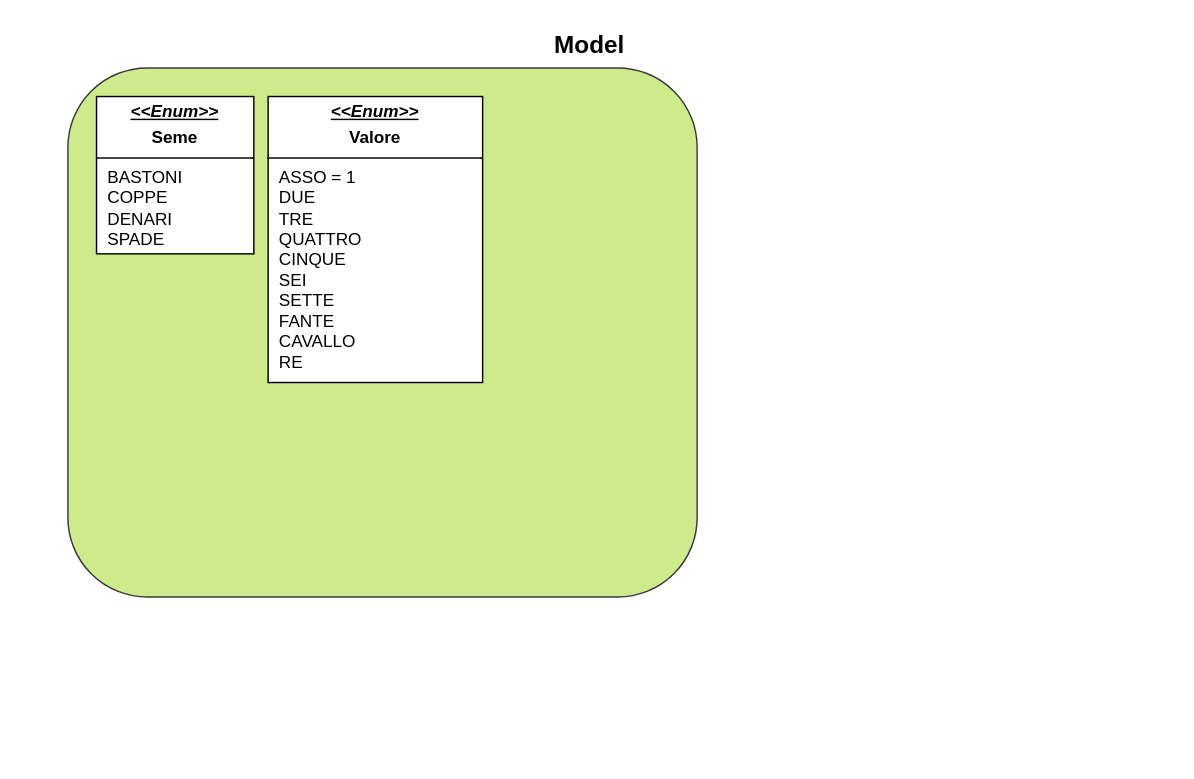
Joel-Xhemali/JBriscola keeps this draw.io diagram as Diagramma senza titolo.drawio. Above is the earlier version. Source tidied: cells renumbered, new cells numbered last; positions are measured from the earlier drawing's top-left corner, leaving out a move shared by most shapes. Both pictures are drawn from the tidied source at 143%, with x=0, y=0 at pixel (67, 24).
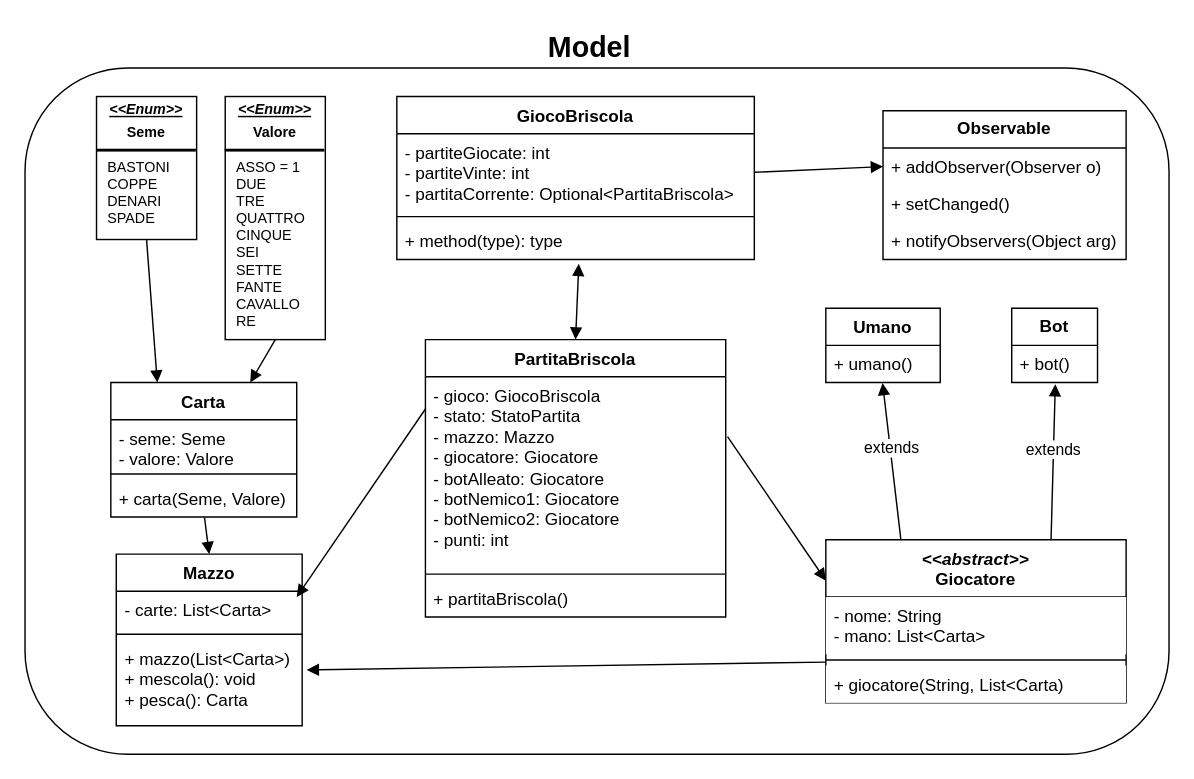
After the change.

What changed in the source:
```diff
@@
-    <mxCell id="2" style="rounded=1;whiteSpace=wrap;html=1;fillColor=light-dark(#CDEB8B,#E4FF93);strokeColor=#36393d;fillStyle=auto;" parent="1" vertex="1">
-      <mxGeometry y="30" width="440" height="370" as="geometry" />
+    <mxCell id="2" style="rounded=1;whiteSpace=wrap;html=1;fillStyle=auto;fontSize=10;" parent="1" vertex="1">
+      <mxGeometry x="-30" y="30" width="800" height="480" as="geometry" />
     </mxCell>
-    <mxCell id="3" value="Model" style="text;html=1;whiteSpace=wrap;strokeColor=none;fillColor=none;align=center;verticalAlign=middle;rounded=0;fontStyle=1;fontColor=light-dark(#000000,#E4FF93);fontSize=17;" parent="1" vertex="1">
+    <mxCell id="3" value="Model" style="text;html=1;whiteSpace=wrap;strokeColor=none;fillColor=none;align=center;verticalAlign=middle;rounded=0;fontStyle=1;fontColor=light-dark(#000000,#E4FF93);fontSize=20;" parent="1" vertex="1">
       <mxGeometry x="320" width="90" height="30" as="geometry" />
     </mxCell>
-    <mxCell id="4" value="&lt;p style=&quot;margin: 4px 0px 0px; text-align: center; text-decoration: underline;&quot;&gt;&lt;b&gt;&lt;i&gt;&amp;lt;&amp;lt;Enum&amp;gt;&amp;gt;&lt;/i&gt;&lt;/b&gt;&lt;/p&gt;&lt;p style=&quot;margin: 4px 0px 0px; text-align: center; text-decoration-color: currentcolor;&quot;&gt;&lt;b&gt;Seme&lt;/b&gt;&lt;/p&gt;&lt;hr size=&quot;1&quot; style=&quot;border-style:solid;&quot;&gt;&lt;p style=&quot;margin:0px;margin-left:8px;&quot;&gt;BASTONI&lt;/p&gt;&lt;p style=&quot;margin:0px;margin-left:8px;&quot;&gt;COPPE&lt;/p&gt;&lt;p style=&quot;margin:0px;margin-left:8px;&quot;&gt;DENARI&lt;/p&gt;&lt;p style=&quot;margin:0px;margin-left:8px;&quot;&gt;SPADE&lt;/p&gt;" style="verticalAlign=top;align=left;overflow=fill;html=1;whiteSpace=wrap;" parent="1" vertex="1">
-      <mxGeometry x="20" y="50" width="110" height="110" as="geometry" />
+    <mxCell id="4" value="&lt;p style=&quot;margin: 4px 0px 0px; text-align: center; text-decoration: underline;&quot;&gt;&lt;b&gt;&lt;i&gt;&amp;lt;&amp;lt;Enum&amp;gt;&amp;gt;&lt;/i&gt;&lt;/b&gt;&lt;/p&gt;&lt;p style=&quot;margin: 4px 0px 0px; text-align: center; text-decoration-color: currentcolor;&quot;&gt;&lt;b&gt;Seme&lt;/b&gt;&lt;/p&gt;&lt;hr style=&quot;border-style:solid;&quot;&gt;&lt;p style=&quot;margin:0px;margin-left:8px;&quot;&gt;BASTONI&lt;/p&gt;&lt;p style=&quot;margin:0px;margin-left:8px;&quot;&gt;COPPE&lt;/p&gt;&lt;p style=&quot;margin:0px;margin-left:8px;&quot;&gt;DENARI&lt;/p&gt;&lt;p style=&quot;margin:0px;margin-left:8px;&quot;&gt;SPADE&lt;/p&gt;" style="verticalAlign=top;align=left;overflow=fill;html=1;whiteSpace=wrap;fontSize=10;" parent="1" vertex="1">
+      <mxGeometry x="20" y="50" width="70" height="100" as="geometry" />
     </mxCell>
-    <mxCell id="5" value="&lt;p style=&quot;margin: 4px 0px 0px; text-align: center; text-decoration: underline;&quot;&gt;&lt;b&gt;&lt;i&gt;&amp;lt;&amp;lt;Enum&amp;gt;&amp;gt;&lt;/i&gt;&lt;/b&gt;&lt;/p&gt;&lt;p style=&quot;margin: 4px 0px 0px; text-align: center; text-decoration-color: currentcolor;&quot;&gt;&lt;b&gt;Valore&lt;/b&gt;&lt;/p&gt;&lt;hr size=&quot;1&quot; style=&quot;border-style:solid;&quot;&gt;&lt;p style=&quot;margin:0px;margin-left:8px;&quot;&gt;ASSO = 1&lt;/p&gt;&lt;p style=&quot;margin:0px;margin-left:8px;&quot;&gt;DUE&lt;/p&gt;&lt;p style=&quot;margin:0px;margin-left:8px;&quot;&gt;TRE&lt;/p&gt;&lt;p style=&quot;margin:0px;margin-left:8px;&quot;&gt;QUATTRO&lt;/p&gt;&lt;p style=&quot;margin:0px;margin-left:8px;&quot;&gt;CINQUE&lt;/p&gt;&lt;p style=&quot;margin:0px;margin-left:8px;&quot;&gt;SEI&lt;/p&gt;&lt;p style=&quot;margin:0px;margin-left:8px;&quot;&gt;SETTE&lt;/p&gt;&lt;p style=&quot;margin:0px;margin-left:8px;&quot;&gt;FANTE&lt;/p&gt;&lt;p style=&quot;margin:0px;margin-left:8px;&quot;&gt;CAVALLO&lt;/p&gt;&lt;p style=&quot;margin:0px;margin-left:8px;&quot;&gt;RE&lt;/p&gt;" style="verticalAlign=top;align=left;overflow=fill;html=1;whiteSpace=wrap;" parent="1" vertex="1">
-      <mxGeometry x="140" y="50" width="150" height="200" as="geometry" />
+    <mxCell id="5" value="&lt;p style=&quot;margin: 4px 0px 0px; text-align: center; text-decoration: underline;&quot;&gt;&lt;b&gt;&lt;i&gt;&amp;lt;&amp;lt;Enum&amp;gt;&amp;gt;&lt;/i&gt;&lt;/b&gt;&lt;/p&gt;&lt;p style=&quot;margin: 4px 0px 0px; text-align: center; text-decoration-color: currentcolor;&quot;&gt;&lt;b&gt;Valore&lt;/b&gt;&lt;/p&gt;&lt;hr style=&quot;border-style:solid;&quot;&gt;&lt;p style=&quot;margin:0px;margin-left:8px;&quot;&gt;ASSO = 1&lt;/p&gt;&lt;p style=&quot;margin:0px;margin-left:8px;&quot;&gt;DUE&lt;/p&gt;&lt;p style=&quot;margin:0px;margin-left:8px;&quot;&gt;TRE&lt;/p&gt;&lt;p style=&quot;margin:0px;margin-left:8px;&quot;&gt;QUATTRO&lt;/p&gt;&lt;p style=&quot;margin:0px;margin-left:8px;&quot;&gt;CINQUE&lt;/p&gt;&lt;p style=&quot;margin:0px;margin-left:8px;&quot;&gt;SEI&lt;/p&gt;&lt;p style=&quot;margin:0px;margin-left:8px;&quot;&gt;SETTE&lt;/p&gt;&lt;p style=&quot;margin:0px;margin-left:8px;&quot;&gt;FANTE&lt;/p&gt;&lt;p style=&quot;margin:0px;margin-left:8px;&quot;&gt;CAVALLO&lt;/p&gt;&lt;p style=&quot;margin:0px;margin-left:8px;&quot;&gt;RE&lt;/p&gt;" style="verticalAlign=top;align=left;overflow=fill;html=1;whiteSpace=wrap;fontSize=10;" parent="1" vertex="1">
+      <mxGeometry x="110" y="50" width="70" height="170" as="geometry" />
     </mxCell>
+    <mxCell id="6" value="Carta" style="swimlane;fontStyle=1;align=center;verticalAlign=top;horizontal=1;startSize=26;whiteSpace=wrap;html=1;" parent="1" vertex="1">
+      <mxGeometry x="30" y="250" width="130" height="94" as="geometry" />
+    </mxCell>
+    <mxCell id="7" value="&lt;div&gt;- seme: Seme&lt;/div&gt;&lt;div&gt;- valore: Valore&lt;/div&gt;" style="text;strokeColor=none;fillColor=none;align=left;verticalAlign=top;spacingLeft=4;spacingRight=4;overflow=hidden;whiteSpace=wrap;html=1;" parent="6" vertex="1">
+      <mxGeometry y="26" width="130" height="34" as="geometry" />
+    </mxCell>
+    <mxCell id="8" style="line;strokeWidth=1;fillColor=none;align=left;verticalAlign=middle;spacingTop=-1;spacingLeft=3;spacingRight=3;labelPosition=right;strokeColor=inherit;" parent="6" vertex="1">
+      <mxGeometry y="60" width="130" height="8" as="geometry" />
+    </mxCell>
+    <mxCell id="9" value="+ carta(Seme, Valore)" style="text;strokeColor=none;fillColor=none;align=left;verticalAlign=top;spacingLeft=4;spacingRight=4;overflow=hidden;points=[[0,0.5],[1,0.5]];portConstraint=eastwest;whiteSpace=wrap;html=1;" parent="6" vertex="1">
+      <mxGeometry y="68" width="130" height="26" as="geometry" />
+    </mxCell>
+    <mxCell id="10" style="html=1;verticalAlign=bottom;endArrow=block;curved=0;rounded=0;exitX=0.5;exitY=1;exitDx=0;exitDy=0;entryX=0.25;entryY=0;entryDx=0;entryDy=0;" parent="1" edge="1" source="4" target="6">
+      <mxGeometry relative="1" as="geometry" />
+    </mxCell>
+    <mxCell id="11" style="html=1;verticalAlign=bottom;endArrow=block;curved=0;rounded=0;exitX=0.5;exitY=1;exitDx=0;exitDy=0;entryX=0.75;entryY=0;entryDx=0;entryDy=0;" parent="1" edge="1" source="5" target="6">
+      <mxGeometry relative="1" as="geometry" />
+    </mxCell>
+    <mxCell id="12" value="Mazzo" style="swimlane;fontStyle=1;align=center;verticalAlign=top;horizontal=1;startSize=26;whiteSpace=wrap;html=1;" parent="1" vertex="1">
+      <mxGeometry x="33.8" y="370" width="130" height="120" as="geometry" />
+    </mxCell>
+    <mxCell id="13" value="&lt;div&gt;- carte: List&amp;lt;Carta&amp;gt;&lt;/div&gt;" style="text;strokeColor=none;fillColor=none;align=left;verticalAlign=top;spacingLeft=4;spacingRight=4;overflow=hidden;whiteSpace=wrap;html=1;" parent="12" vertex="1">
+      <mxGeometry y="26" width="130" height="26" as="geometry" />
+    </mxCell>
+    <mxCell id="14" style="line;strokeWidth=1;fillColor=none;align=left;verticalAlign=middle;spacingTop=-1;spacingLeft=3;spacingRight=3;labelPosition=right;strokeColor=inherit;" parent="12" vertex="1">
+      <mxGeometry y="52" width="130" height="8" as="geometry" />
+    </mxCell>
+    <mxCell id="15" value="&lt;div&gt;+ mazzo(List&amp;lt;Carta&amp;gt;)&lt;/div&gt;&lt;div&gt;+ mescola(): void&lt;/div&gt;&lt;div&gt;+ pesca(): Carta&lt;/div&gt;" style="text;strokeColor=none;fillColor=none;align=left;verticalAlign=top;spacingLeft=4;spacingRight=4;overflow=hidden;whiteSpace=wrap;html=1;" parent="12" vertex="1">
+      <mxGeometry y="60" width="130" height="60" as="geometry" />
+    </mxCell>
+    <mxCell id="16" style="html=1;verticalAlign=bottom;endArrow=block;curved=0;rounded=0;entryX=0.5;entryY=0;entryDx=0;entryDy=0;exitX=0.504;exitY=1.019;exitDx=0;exitDy=0;exitPerimeter=0;" parent="1" edge="1" source="9" target="12">
+      <mxGeometry relative="1" as="geometry" />
+    </mxCell>
+    <mxCell id="17" value="&lt;div&gt;&lt;i&gt;&amp;lt;&amp;lt;abstract&amp;gt;&amp;gt;&lt;/i&gt;&lt;/div&gt;&lt;div&gt;Giocatore&lt;/div&gt;" style="swimlane;fontStyle=1;align=center;verticalAlign=top;horizontal=1;startSize=40;whiteSpace=wrap;html=1;" parent="1" vertex="1">
+      <mxGeometry x="530" y="360" width="210" height="114" as="geometry" />
+    </mxCell>
+    <mxCell id="18" value="&lt;div&gt;- nome: String&lt;/div&gt;&lt;div&gt;- mano: List&amp;lt;Carta&amp;gt;&lt;/div&gt;" style="text;strokeColor=none;fillColor=default;align=left;verticalAlign=top;spacingLeft=4;spacingRight=4;overflow=hidden;whiteSpace=wrap;html=1;" parent="17" vertex="1">
+      <mxGeometry y="40" width="210" height="40" as="geometry" />
+    </mxCell>
+    <mxCell id="19" style="line;strokeWidth=1;fillColor=default;align=left;verticalAlign=middle;spacingTop=-1;spacingLeft=3;spacingRight=3;labelPosition=right;strokeColor=inherit;" parent="17" vertex="1">
+      <mxGeometry y="80" width="210" height="8" as="geometry" />
+    </mxCell>
+    <mxCell id="20" value="&lt;div&gt;+ giocatore(String, List&amp;lt;Carta)&lt;/div&gt;" style="text;strokeColor=none;fillColor=default;align=left;verticalAlign=top;spacingLeft=4;spacingRight=4;overflow=hidden;whiteSpace=wrap;html=1;" parent="17" vertex="1">
+      <mxGeometry y="88" width="210" height="26" as="geometry" />
+    </mxCell>
+    <mxCell id="21" value="Umano" style="swimlane;fontStyle=1;align=center;verticalAlign=top;horizontal=1;startSize=26;whiteSpace=wrap;html=1;" parent="1" vertex="1">
+      <mxGeometry x="530" y="198" width="80" height="52" as="geometry" />
+    </mxCell>
+    <mxCell id="22" value="+ umano()" style="text;strokeColor=none;fillColor=none;align=left;verticalAlign=top;spacingLeft=4;spacingRight=4;overflow=hidden;points=[[0,0.5],[1,0.5]];portConstraint=eastwest;whiteSpace=wrap;html=1;" parent="21" vertex="1">
+      <mxGeometry y="26" width="80" height="26" as="geometry" />
+    </mxCell>
+    <mxCell id="23" value="extends" style="html=1;verticalAlign=bottom;endArrow=block;curved=0;rounded=0;entryX=0.496;entryY=1.013;entryDx=0;entryDy=0;exitX=0.25;exitY=0;exitDx=0;exitDy=0;entryPerimeter=0;" parent="1" edge="1" source="17" target="22">
+      <mxGeometry relative="1" as="geometry" />
+    </mxCell>
+    <mxCell id="24" value="&lt;b&gt;Bot&lt;/b&gt;" style="swimlane;fontStyle=0;horizontal=1;startSize=26;fillColor=none;whiteSpace=wrap;html=1;" parent="1" vertex="1">
+      <mxGeometry x="660" y="198" width="60" height="52" as="geometry" />
+    </mxCell>
+    <mxCell id="25" value="+ bot()" style="text;strokeColor=none;fillColor=none;align=left;verticalAlign=top;spacingLeft=4;spacingRight=4;overflow=hidden;points=[[0,0.5],[1,0.5]];portConstraint=eastwest;whiteSpace=wrap;html=1;" parent="24" vertex="1">
+      <mxGeometry y="26" width="60" height="26" as="geometry" />
+    </mxCell>
+    <mxCell id="26" value="extends" style="html=1;verticalAlign=bottom;endArrow=block;curved=0;rounded=0;entryX=0.508;entryY=1.045;entryDx=0;entryDy=0;exitX=0.75;exitY=0;exitDx=0;exitDy=0;entryPerimeter=0;" parent="1" edge="1" source="17" target="25">
+      <mxGeometry relative="1" as="geometry" />
+    </mxCell>
+    <mxCell id="27" value="GiocoBriscola" style="swimlane;fontStyle=1;align=center;verticalAlign=top;horizontal=1;startSize=26;whiteSpace=wrap;html=1;" parent="1" vertex="1">
+      <mxGeometry x="230" y="50" width="250" height="114" as="geometry" />
+    </mxCell>
+    <mxCell id="28" value="&lt;div&gt;- partiteGiocate: int&lt;/div&gt;&lt;div&gt;- partiteVinte: int&lt;/div&gt;&lt;div&gt;- partitaCorrente: Optional&amp;lt;PartitaBriscola&amp;gt;&lt;/div&gt;" style="text;strokeColor=none;fillColor=none;align=left;verticalAlign=top;spacingLeft=4;spacingRight=4;overflow=hidden;points=[[0,0.5],[1,0.5]];portConstraint=eastwest;whiteSpace=wrap;html=1;" parent="27" vertex="1">
+      <mxGeometry y="26" width="250" height="54" as="geometry" />
+    </mxCell>
+    <mxCell id="29" style="line;strokeWidth=1;fillColor=none;align=left;verticalAlign=middle;spacingTop=-1;spacingLeft=3;spacingRight=3;labelPosition=right;strokeColor=inherit;" parent="27" vertex="1">
+      <mxGeometry y="80" width="250" height="8" as="geometry" />
+    </mxCell>
+    <mxCell id="30" value="+ method(type): type" style="text;strokeColor=none;fillColor=none;align=left;verticalAlign=top;spacingLeft=4;spacingRight=4;overflow=hidden;points=[[0,0.5],[1,0.5]];portConstraint=eastwest;whiteSpace=wrap;html=1;" parent="27" vertex="1">
+      <mxGeometry y="88" width="250" height="26" as="geometry" />
+    </mxCell>
+    <mxCell id="31" value="&lt;b&gt;Observable&lt;/b&gt;" style="swimlane;fontStyle=0;horizontal=1;startSize=26;fillColor=none;whiteSpace=wrap;html=1;" parent="1" vertex="1">
+      <mxGeometry x="570" y="60" width="170" height="104" as="geometry" />
+    </mxCell>
+    <mxCell id="32" value="+ addObserver(Observer o)" style="text;strokeColor=none;fillColor=none;align=left;verticalAlign=top;spacingLeft=4;spacingRight=4;overflow=hidden;points=[[0,0.5],[1,0.5]];portConstraint=eastwest;whiteSpace=wrap;html=1;" parent="31" vertex="1">
+      <mxGeometry y="26" width="170" height="26" as="geometry" />
+    </mxCell>
+    <mxCell id="33" value="+ setChanged()" style="text;strokeColor=none;fillColor=none;align=left;verticalAlign=top;spacingLeft=4;spacingRight=4;overflow=hidden;whiteSpace=wrap;html=1;" parent="31" vertex="1">
+      <mxGeometry y="52" width="170" height="26" as="geometry" />
+    </mxCell>
+    <mxCell id="34" value="+ notifyObservers(Object arg)" style="text;strokeColor=none;fillColor=none;align=left;verticalAlign=top;spacingLeft=4;spacingRight=4;overflow=hidden;whiteSpace=wrap;html=1;" parent="31" vertex="1">
+      <mxGeometry y="78" width="170" height="26" as="geometry" />
+    </mxCell>
+    <mxCell id="35" style="html=1;verticalAlign=bottom;endArrow=block;curved=0;rounded=0;exitX=1;exitY=0.5;exitDx=0;exitDy=0;entryX=0;entryY=0.5;entryDx=0;entryDy=0;" parent="1" edge="1" source="28" target="32">
+      <mxGeometry relative="1" as="geometry" />
+    </mxCell>
+    <mxCell id="36" value="PartitaBriscola" style="swimlane;fontStyle=1;align=center;verticalAlign=top;horizontal=1;startSize=26;whiteSpace=wrap;html=1;" parent="1" vertex="1">
+      <mxGeometry x="250" y="220" width="210" height="194" as="geometry" />
+    </mxCell>
+    <mxCell id="37" value="&lt;div&gt;- gioco: GiocoBriscola&lt;/div&gt;&lt;div&gt;- stato: StatoPartita&lt;/div&gt;&lt;div&gt;- mazzo: Mazzo&lt;/div&gt;&lt;div&gt;- giocatore: Giocatore&lt;/div&gt;&lt;div&gt;- botAlleato: Giocatore&lt;/div&gt;&lt;div&gt;- botNemico1: Giocatore&lt;/div&gt;&lt;div&gt;- botNemico2: Giocatore&lt;/div&gt;&lt;div&gt;- punti: int&lt;/div&gt;" style="text;strokeColor=none;fillColor=none;align=left;verticalAlign=top;spacingLeft=4;spacingRight=4;overflow=hidden;points=[[0,0.5],[1,0.5]];portConstraint=eastwest;whiteSpace=wrap;html=1;" parent="36" vertex="1">
+      <mxGeometry y="26" width="210" height="134" as="geometry" />
+    </mxCell>
+    <mxCell id="38" style="line;strokeWidth=1;fillColor=none;align=left;verticalAlign=middle;spacingTop=-1;spacingLeft=3;spacingRight=3;labelPosition=right;strokeColor=inherit;" parent="36" vertex="1">
+      <mxGeometry y="160" width="210" height="8" as="geometry" />
+    </mxCell>
+    <mxCell id="39" value="+ partitaBriscola()" style="text;strokeColor=none;fillColor=none;align=left;verticalAlign=top;spacingLeft=4;spacingRight=4;overflow=hidden;whiteSpace=wrap;html=1;" parent="36" vertex="1">
+      <mxGeometry y="168" width="210" height="26" as="geometry" />
+    </mxCell>
+    <mxCell id="40" style="endArrow=block;startArrow=block;endFill=1;startFill=1;html=1;rounded=0;exitX=0.509;exitY=1.115;exitDx=0;exitDy=0;exitPerimeter=0;entryX=0.5;entryY=0;entryDx=0;entryDy=0;" parent="1" edge="1" source="30" target="36">
+      <mxGeometry relative="1" as="geometry" />
+    </mxCell>
+    <mxCell id="41" style="html=1;verticalAlign=bottom;endArrow=block;curved=0;rounded=0;entryX=0;entryY=0.25;entryDx=0;entryDy=0;exitX=1.006;exitY=0.312;exitDx=0;exitDy=0;exitPerimeter=0;" parent="1" edge="1" source="37" target="17">
+      <mxGeometry relative="1" as="geometry" />
+    </mxCell>
+    <mxCell id="42" style="html=1;verticalAlign=bottom;endArrow=block;curved=0;rounded=0;exitX=0;exitY=0.25;exitDx=0;exitDy=0;" parent="1" edge="1" source="36">
+      <mxGeometry relative="1" as="geometry">
+        <mxPoint x="160" y="400" as="targetPoint" />
+      </mxGeometry>
+    </mxCell>
+    <mxCell id="43" style="html=1;verticalAlign=bottom;endArrow=block;curved=0;rounded=0;exitX=0;exitY=0.75;exitDx=0;exitDy=0;" parent="1" edge="1" source="17">
+      <mxGeometry relative="1" as="geometry">
+        <mxPoint x="167" y="451" as="targetPoint" />
+      </mxGeometry>
+    </mxCell>
```
